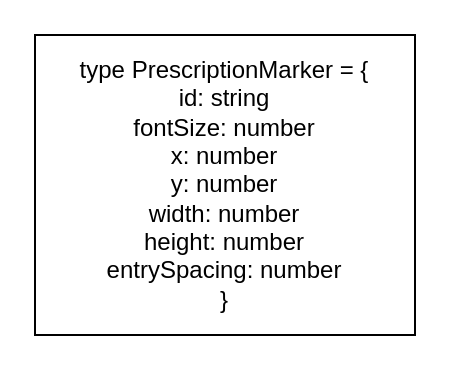
Before: page "PrescriptionMarker" (8 of 8) of flowchart.drawio in jogaleon/prescription-writing-react-ts, a draw.io diagram. Source tidied: cells renumbered, new cells numbered last; positions are measured from the earlier drawing's top-left corner, leaving out a move shared by most shapes. Both pictures are drawn from the tidied source at 200%, with x=0, y=0 at pixel (34, 34).
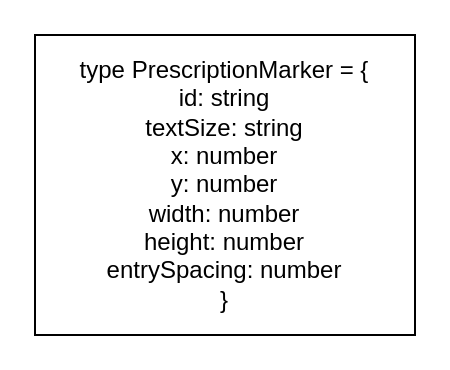
The same page after the edit.

The edit, as a diff of the source:
```diff
@@
 <mxGraphModel>
   <root>
     <mxCell id="0" />
     <mxCell id="1" parent="0" />
-    <mxCell id="2" value="type PrescriptionMarker = {&lt;br&gt;id: string&lt;br&gt;fontSize: number&lt;br&gt;x: number&lt;br&gt;y: number&lt;br&gt;width: number&lt;br&gt;height: number&lt;br&gt;entrySpacing: number&lt;br&gt;}" style="rounded=0;whiteSpace=wrap;html=1;" parent="1" vertex="1">
+    <mxCell id="2" value="type PrescriptionMarker = {&lt;br&gt;id: string&lt;br&gt;textSize: string&lt;br&gt;x: number&lt;br&gt;y: number&lt;br&gt;width: number&lt;br&gt;height: number&lt;br&gt;entrySpacing: number&lt;br&gt;}" style="rounded=0;whiteSpace=wrap;html=1;" parent="1" vertex="1">
       <mxGeometry width="190" height="150" as="geometry" />
     </mxCell>
   </root>
 </mxGraphModel>
```
